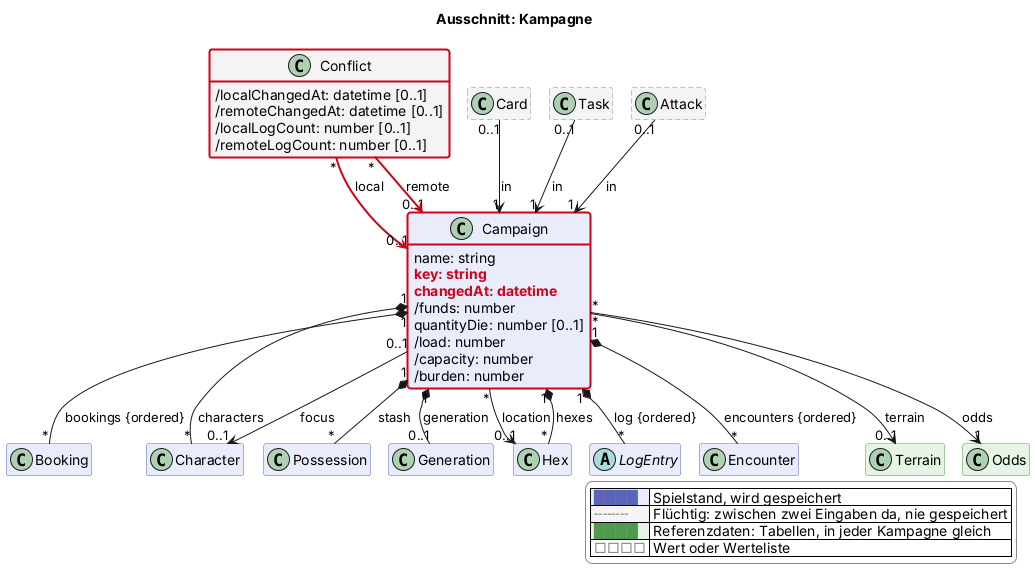
Earlier version of the PlantUML export docs/views/kampagne.png (scuzzar/SRE).
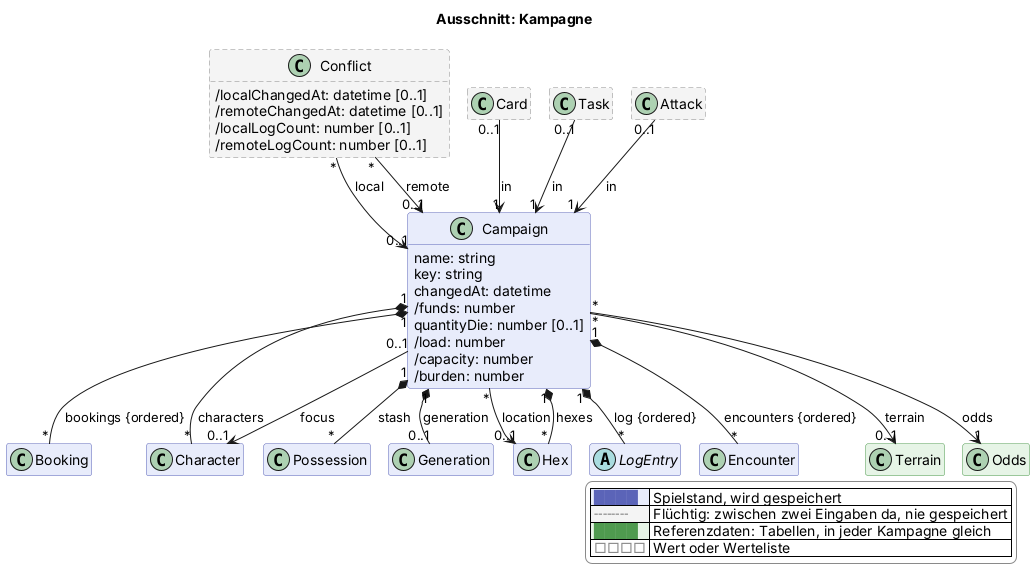
Later version of the same file.

What changed in the source:
```diff
@@ -68,8 +68,8 @@
 
   class Campaign $kampagne {
     name: string
-    $new("2026-11-13c", "key: string")
-    $new("2026-11-13c", "changedAt: datetime")
+    key: string
+    changedAt: datetime
     /funds: number
     quantityDie: number [0..1]
     /load: number
@@ -86,7 +86,7 @@
 
   abstract class LogEntry $probe
 
-  class Conflict <<transient>> $kampagne $newClass("2026-11-13c") {
+  class Conflict <<transient>> $kampagne {
     /localChangedAt: datetime [0..1]
     /remoteChangedAt: datetime [0..1]
     /localLogCount: number [0..1]
@@ -106,8 +106,8 @@
 Campaign "1" *-- "*" LogEntry : log {ordered}
 Campaign "*" --> "0..1" Hex : location
 Campaign "1" *-- "*" Booking : bookings {ordered}
-Conflict "*" -$newArrow("2026-11-13c")-> "0..1" Campaign : local
-Conflict "*" -$newArrow("2026-11-13c")-> "0..1" Campaign : remote
+Conflict "*" --> "0..1" Campaign : local
+Conflict "*" --> "0..1" Campaign : remote
 
 Campaign "1" *-- "0..1" Generation : generation
 
@@ -134,5 +134,4 @@
   |<#e6f4e6> <color:#4f9a4f>████</color> | Referenzdaten: Tabellen, in jeder Kampagne gleich |
   |<#ffffff> <color:#8a8a8a>□□□□</color> | Wert oder Werteliste |
 endlegend
-class Campaign #line:d0021b;line.bold
 @enduml
```
